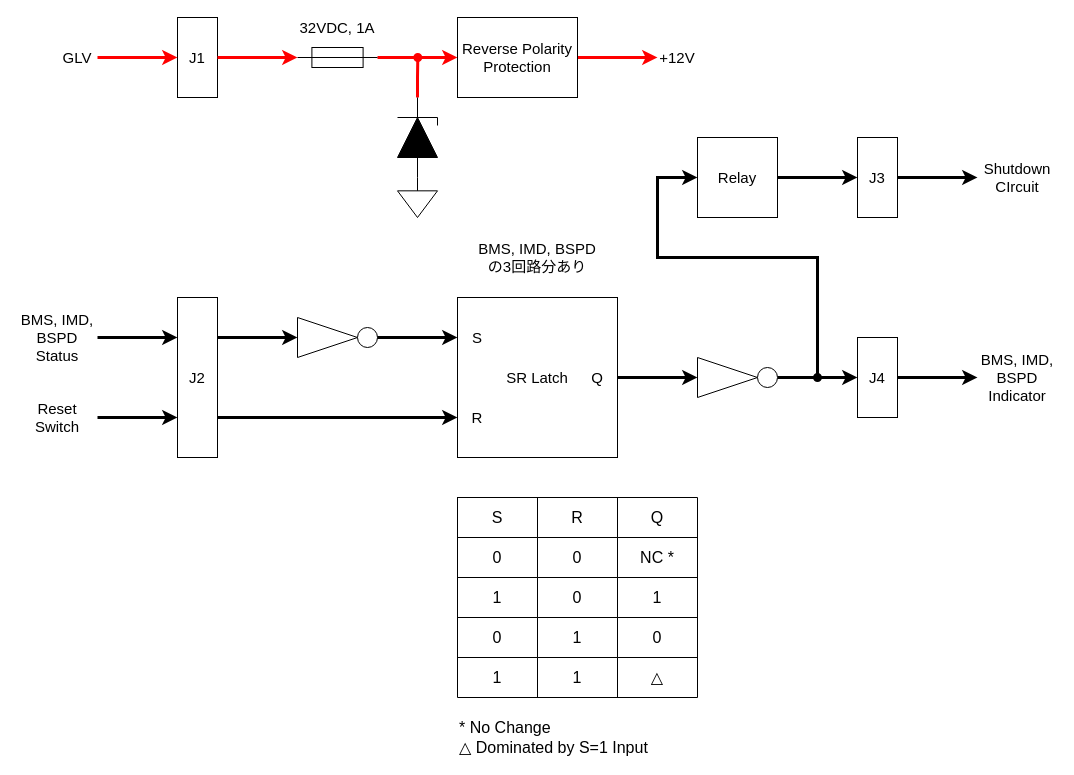
Earlier version of the draw.io diagram Designdocs/block-diagram/block-diagram.drawio (TUT-ProjectEV/Latch-Circuit). Source tidied: cells renumbered, new cells numbered last; positions are measured from the earlier drawing's top-left corner, leaving out a move shared by most shapes. Both pictures are drawn from the tidied source at 100%, with x=0, y=0 at pixel (17, 17).
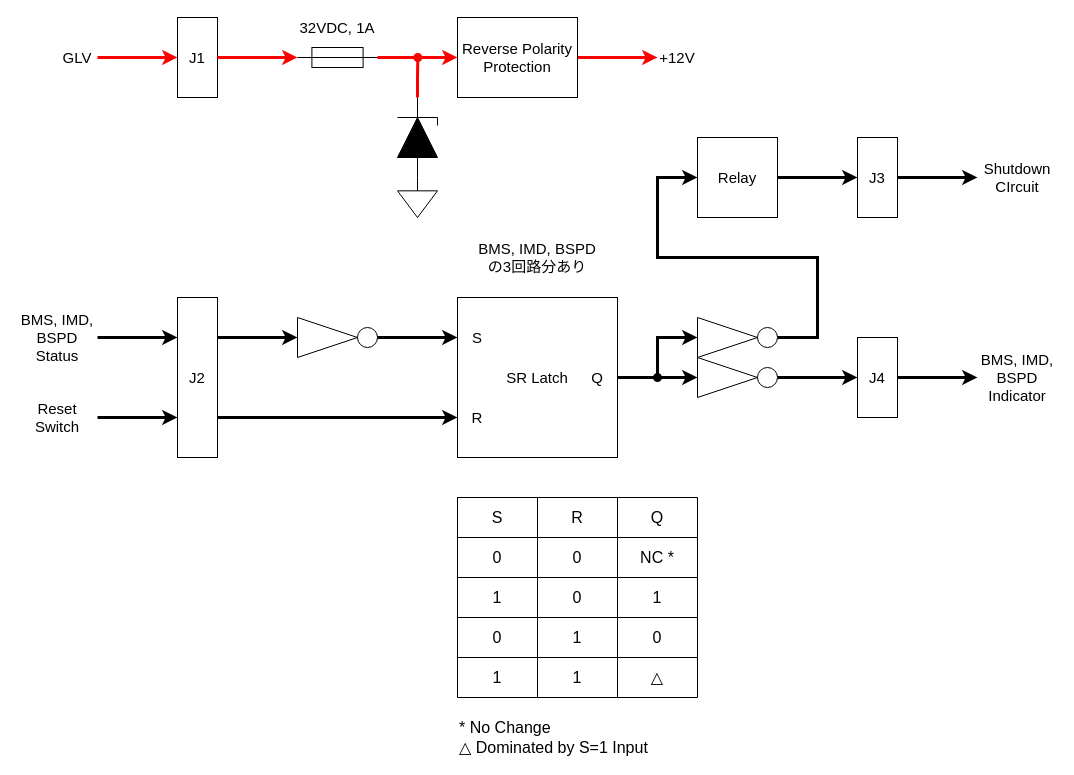
The same diagram, later.

Commit message (it also covers changes not shown here):
update relay and led drive circuit

The change refers to these unchanged cells:
```xml
<mxCell id="61" value="Relay" style="rounded=0;whiteSpace=wrap;html=1;fontSize=15;" parent="1" vertex="1">
  <mxGeometry x="680" y="120" width="80" height="80" as="geometry" />
</mxCell>
```

What changed in the source:
```diff
@@
-    <mxCell id="64" style="edgeStyle=orthogonalEdgeStyle;shape=connector;rounded=0;jettySize=auto;html=1;entryX=0;entryY=0.5;entryDx=0;entryDy=0;strokeColor=#000000;strokeWidth=3;align=center;verticalAlign=middle;fontFamily=Helvetica;fontSize=11;fontColor=default;labelBackgroundColor=default;startArrow=oval;startFill=1;endArrow=classic;" parent="1" edge="1" target="61">
-      <mxGeometry relative="1" as="geometry">
-        <mxPoint x="800" y="360" as="sourcePoint" />
-        <Array as="points">
-          <mxPoint x="800" y="240" />
-          <mxPoint x="640" y="240" />
-          <mxPoint x="640" y="160" />
-        </Array>
-      </mxGeometry>
-    </mxCell>
@@
+    <mxCell id="66" style="triangle;whiteSpace=wrap;html=1;fontFamily=Helvetica;fontSize=11;fontColor=default;labelBackgroundColor=default;" parent="1" vertex="1">
+      <mxGeometry x="680" y="300" width="60" height="40" as="geometry" />
+    </mxCell>
+    <mxCell id="67" style="edgeStyle=orthogonalEdgeStyle;shape=connector;rounded=0;jettySize=auto;html=1;exitX=1;exitY=0.5;exitDx=0;exitDy=0;entryX=0;entryY=0.5;entryDx=0;entryDy=0;strokeColor=#000000;strokeWidth=3;align=center;verticalAlign=middle;fontFamily=Helvetica;fontSize=11;fontColor=default;labelBackgroundColor=default;startArrow=none;startFill=0;endArrow=classic;" parent="1" edge="1" source="68" target="61">
+      <mxGeometry relative="1" as="geometry">
+        <Array as="points">
+          <mxPoint x="800" y="320" />
+          <mxPoint x="800" y="240" />
+          <mxPoint x="640" y="240" />
+          <mxPoint x="640" y="160" />
+        </Array>
+      </mxGeometry>
+    </mxCell>
+    <mxCell id="68" style="ellipse;whiteSpace=wrap;html=1;fontFamily=Helvetica;fontSize=11;fontColor=default;labelBackgroundColor=default;" parent="1" vertex="1">
+      <mxGeometry x="740" y="310" width="20" height="20" as="geometry" />
+    </mxCell>
+    <mxCell id="69" style="edgeStyle=orthogonalEdgeStyle;shape=connector;rounded=0;jettySize=auto;html=1;entryX=0;entryY=0.5;entryDx=0;entryDy=0;strokeColor=#000000;strokeWidth=3;align=center;verticalAlign=middle;fontFamily=Helvetica;fontSize=11;fontColor=default;labelBackgroundColor=default;startArrow=oval;startFill=1;endArrow=classic;" parent="1" edge="1" target="66">
+      <mxGeometry relative="1" as="geometry">
+        <mxPoint x="640" y="360" as="sourcePoint" />
+        <Array as="points">
+          <mxPoint x="640" y="320" />
+        </Array>
+      </mxGeometry>
+    </mxCell>
```
